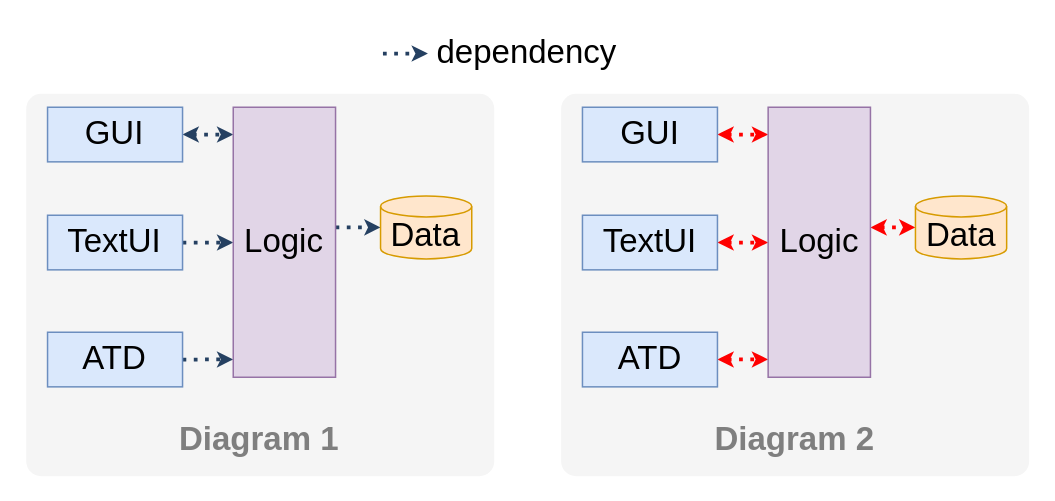
Above: diagrams/architecture/architectureDiagrams/drawing/tip.drawio in se-edu/se-book (draw.io), before the change. Source tidied: cells renumbered, new cells numbered last; positions are measured from the earlier drawing's top-left corner, leaving out a move shared by most shapes. Both pictures are drawn from the tidied source at 150%, with x=0, y=0 at pixel (26, 26).
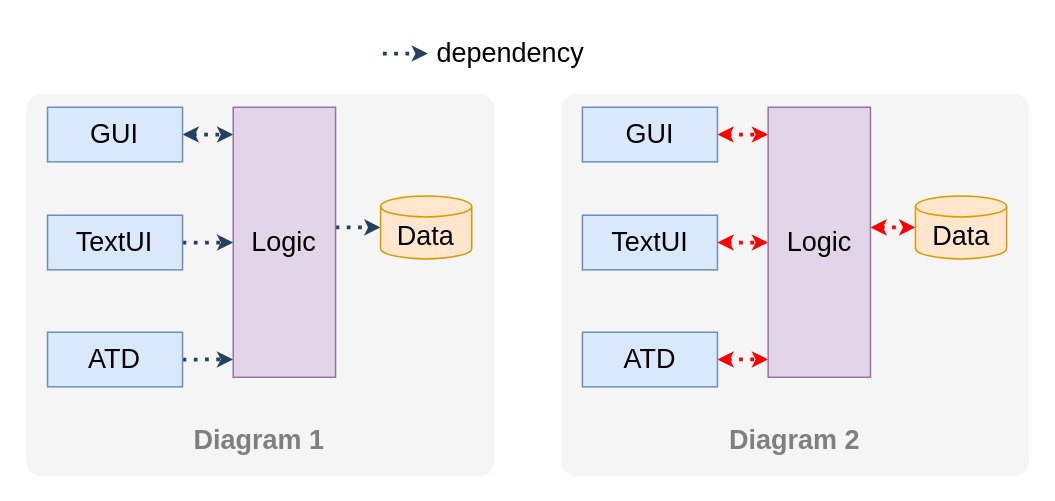
After the change.

Diff of the diagram source:
```diff
@@
-    <mxCell id="13" value="dependency" style="text;html=0;strokeColor=none;fillColor=none;align=left;verticalAlign=middle;whiteSpace=wrap;rounded=0;fontColor=#000000;fontSize=22;fontFamily=Helvetica;" parent="1" vertex="1">
+    <mxCell id="13" value="dependency" style="text;html=0;strokeColor=none;fillColor=none;align=left;verticalAlign=middle;whiteSpace=wrap;rounded=0;fontColor=#000000;fontSize=18;fontFamily=Helvetica;" parent="1" vertex="1">
       <mxGeometry x="272.2" width="169.3" height="36.4" as="geometry" />
     </mxCell>
-    <mxCell id="14" value="GUI" style="rounded=0;whiteSpace=wrap;html=0;fillColor=#dae8fc;strokeColor=#6c8ebf;fontColor=#000000;fontSize=22;fontFamily=Helvetica;" parent="1" vertex="1">
+    <mxCell id="14" value="GUI" style="rounded=0;whiteSpace=wrap;html=0;fillColor=#dae8fc;strokeColor=#6c8ebf;fontColor=#000000;fontSize=18;fontFamily=Helvetica;" parent="1" vertex="1">
       <mxGeometry x="14.2" y="54" width="90" height="36.4" as="geometry" />
     </mxCell>
-    <mxCell id="15" value="TextUI" style="rounded=0;whiteSpace=wrap;html=0;fillColor=#dae8fc;strokeColor=#6c8ebf;fontColor=#000000;fontSize=22;fontFamily=Helvetica;" parent="1" vertex="1">
+    <mxCell id="15" value="TextUI" style="rounded=0;whiteSpace=wrap;html=0;fillColor=#dae8fc;strokeColor=#6c8ebf;fontColor=#000000;fontSize=18;fontFamily=Helvetica;" parent="1" vertex="1">
       <mxGeometry x="14.2" y="126" width="90" height="36.4" as="geometry" />
     </mxCell>
-    <mxCell id="16" value="ATD" style="rounded=0;whiteSpace=wrap;html=0;fillColor=#dae8fc;strokeColor=#6c8ebf;fontColor=#000000;fontSize=22;fontFamily=Helvetica;" parent="1" vertex="1">
+    <mxCell id="16" value="ATD" style="rounded=0;whiteSpace=wrap;html=0;fillColor=#dae8fc;strokeColor=#6c8ebf;fontColor=#000000;fontSize=18;fontFamily=Helvetica;" parent="1" vertex="1">
       <mxGeometry x="14.2" y="204" width="90" height="36.4" as="geometry" />
     </mxCell>
-    <mxCell id="17" value="Logic" style="rounded=0;whiteSpace=wrap;html=0;fillColor=#e1d5e7;strokeColor=#9673a6;fontColor=#000000;fontSize=22;fontFamily=Helvetica;" parent="1" vertex="1">
+    <mxCell id="17" value="Logic" style="rounded=0;whiteSpace=wrap;html=0;fillColor=#e1d5e7;strokeColor=#9673a6;fontColor=#000000;fontSize=18;fontFamily=Helvetica;" parent="1" vertex="1">
       <mxGeometry x="138" y="54" width="68.2" height="180" as="geometry" />
     </mxCell>
-    <mxCell id="18" value="Data" style="shape=cylinder3;whiteSpace=wrap;html=0;boundedLbl=1;backgroundOutline=1;size=7;fillColor=#ffe6cc;strokeColor=#d79b00;fontColor=#000000;fontSize=22;fontFamily=Helvetica;" parent="1" vertex="1">
+    <mxCell id="18" value="Data" style="shape=cylinder3;whiteSpace=wrap;html=0;boundedLbl=1;backgroundOutline=1;size=7;fillColor=#ffe6cc;strokeColor=#d79b00;fontColor=#000000;fontSize=18;fontFamily=Helvetica;" parent="1" vertex="1">
       <mxGeometry x="236.2" y="113.1" width="60.8" height="42" as="geometry" />
     </mxCell>
-    <mxCell id="19" value="Diagram 1" style="text;html=0;strokeColor=none;fillColor=none;align=center;verticalAlign=middle;whiteSpace=wrap;rounded=0;fontColor=#7F7F7F;fontSize=22;fontStyle=1;fontFamily=Helvetica;" parent="1" vertex="1">
+    <mxCell id="19" value="Diagram 1" style="text;html=0;strokeColor=none;fillColor=none;align=center;verticalAlign=middle;whiteSpace=wrap;rounded=0;fontColor=#7F7F7F;fontSize=18;fontStyle=1;fontFamily=Helvetica;" parent="1" vertex="1">
       <mxGeometry x="71.3" y="258" width="169.3" height="36.4" as="geometry" />
     </mxCell>
-    <mxCell id="20" value="GUI" style="rounded=0;whiteSpace=wrap;html=0;fillColor=#dae8fc;strokeColor=#6c8ebf;fontColor=#000000;fontSize=22;fontFamily=Helvetica;" parent="1" vertex="1">
+    <mxCell id="20" value="GUI" style="rounded=0;whiteSpace=wrap;html=0;fillColor=#dae8fc;strokeColor=#6c8ebf;fontColor=#000000;fontSize=18;fontFamily=Helvetica;" parent="1" vertex="1">
       <mxGeometry x="370.8" y="54" width="90" height="36.4" as="geometry" />
     </mxCell>
-    <mxCell id="21" value="TextUI" style="rounded=0;whiteSpace=wrap;html=0;fillColor=#dae8fc;strokeColor=#6c8ebf;fontColor=#000000;fontSize=22;fontFamily=Helvetica;" parent="1" vertex="1">
+    <mxCell id="21" value="TextUI" style="rounded=0;whiteSpace=wrap;html=0;fillColor=#dae8fc;strokeColor=#6c8ebf;fontColor=#000000;fontSize=18;fontFamily=Helvetica;" parent="1" vertex="1">
       <mxGeometry x="370.8" y="126" width="90" height="36.4" as="geometry" />
     </mxCell>
-    <mxCell id="22" value="ATD" style="rounded=0;whiteSpace=wrap;html=0;fillColor=#dae8fc;strokeColor=#6c8ebf;fontColor=#000000;fontSize=22;fontFamily=Helvetica;" parent="1" vertex="1">
+    <mxCell id="22" value="ATD" style="rounded=0;whiteSpace=wrap;html=0;fillColor=#dae8fc;strokeColor=#6c8ebf;fontColor=#000000;fontSize=18;fontFamily=Helvetica;" parent="1" vertex="1">
       <mxGeometry x="370.8" y="204" width="90" height="36.4" as="geometry" />
     </mxCell>
-    <mxCell id="23" value="Logic" style="rounded=0;whiteSpace=wrap;html=0;fillColor=#e1d5e7;strokeColor=#9673a6;fontColor=#000000;fontSize=22;fontFamily=Helvetica;" parent="1" vertex="1">
+    <mxCell id="23" value="Logic" style="rounded=0;whiteSpace=wrap;html=0;fillColor=#e1d5e7;strokeColor=#9673a6;fontColor=#000000;fontSize=18;fontFamily=Helvetica;" parent="1" vertex="1">
       <mxGeometry x="494.6" y="54" width="68.2" height="180" as="geometry" />
     </mxCell>
-    <mxCell id="24" value="Data" style="shape=cylinder3;whiteSpace=wrap;html=0;boundedLbl=1;backgroundOutline=1;size=7;fillColor=#ffe6cc;strokeColor=#d79b00;fontColor=#000000;fontSize=22;fontFamily=Helvetica;" parent="1" vertex="1">
+    <mxCell id="24" value="Data" style="shape=cylinder3;whiteSpace=wrap;html=0;boundedLbl=1;backgroundOutline=1;size=7;fillColor=#ffe6cc;strokeColor=#d79b00;fontColor=#000000;fontSize=18;fontFamily=Helvetica;" parent="1" vertex="1">
       <mxGeometry x="592.8" y="113.1" width="60.8" height="42" as="geometry" />
     </mxCell>
-    <mxCell id="25" value="Diagram 2" style="text;html=0;strokeColor=none;fillColor=none;align=center;verticalAlign=middle;whiteSpace=wrap;rounded=0;fontColor=#7F7F7F;fontSize=22;fontStyle=1;fontFamily=Helvetica;" parent="1" vertex="1">
+    <mxCell id="25" value="Diagram 2" style="text;html=0;strokeColor=none;fillColor=none;align=center;verticalAlign=middle;whiteSpace=wrap;rounded=0;fontColor=#7F7F7F;fontSize=18;fontStyle=1;fontFamily=Helvetica;" parent="1" vertex="1">
       <mxGeometry x="427.9" y="258" width="169.3" height="36.4" as="geometry" />
     </mxCell>
```
